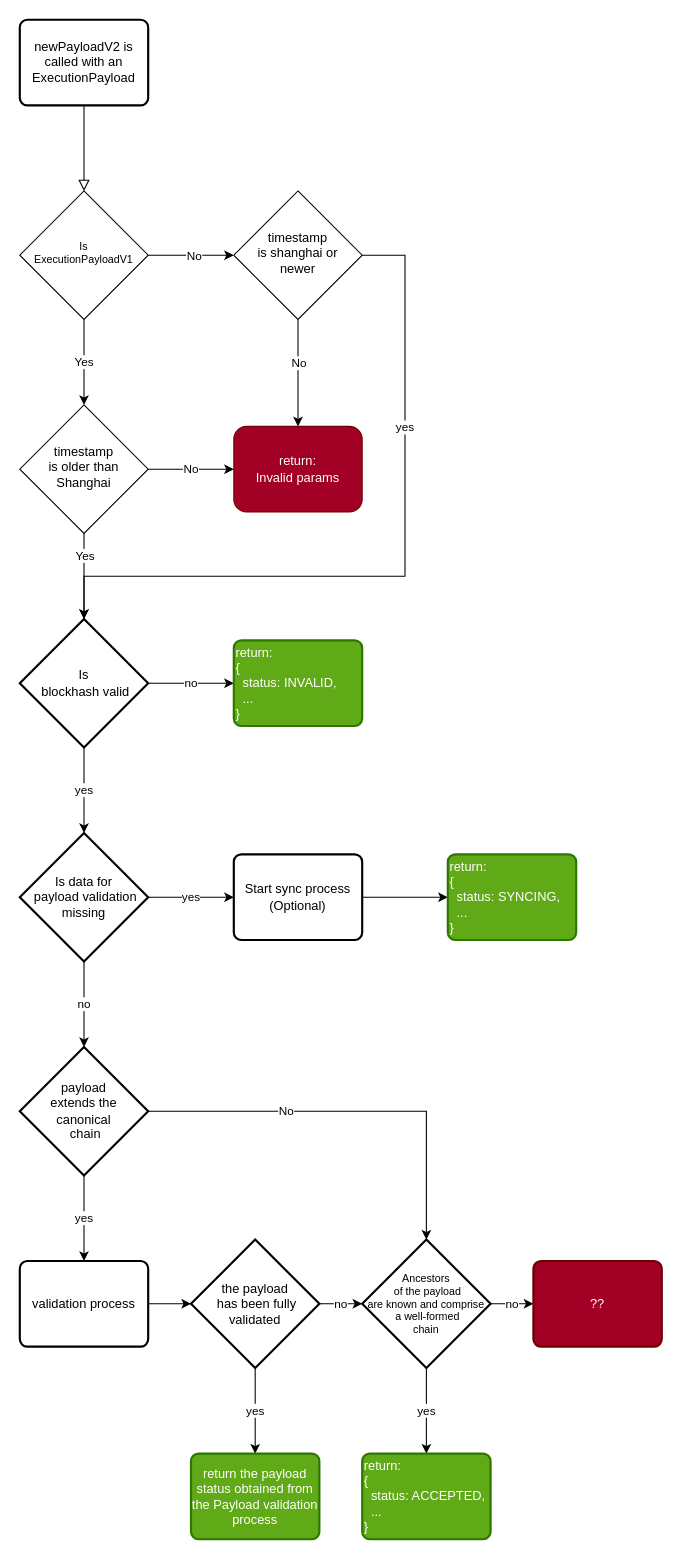
Above: backup/engine-api/newPayloadV2.drawio in danielrachi1/diagrams (draw.io), before the change. Source tidied: cells renumbered, new cells numbered last; positions are measured from the earlier drawing's top-left corner, leaving out a move shared by most shapes. Both pictures are drawn from the tidied source at 107%, with x=0, y=0 at pixel (19, 19).
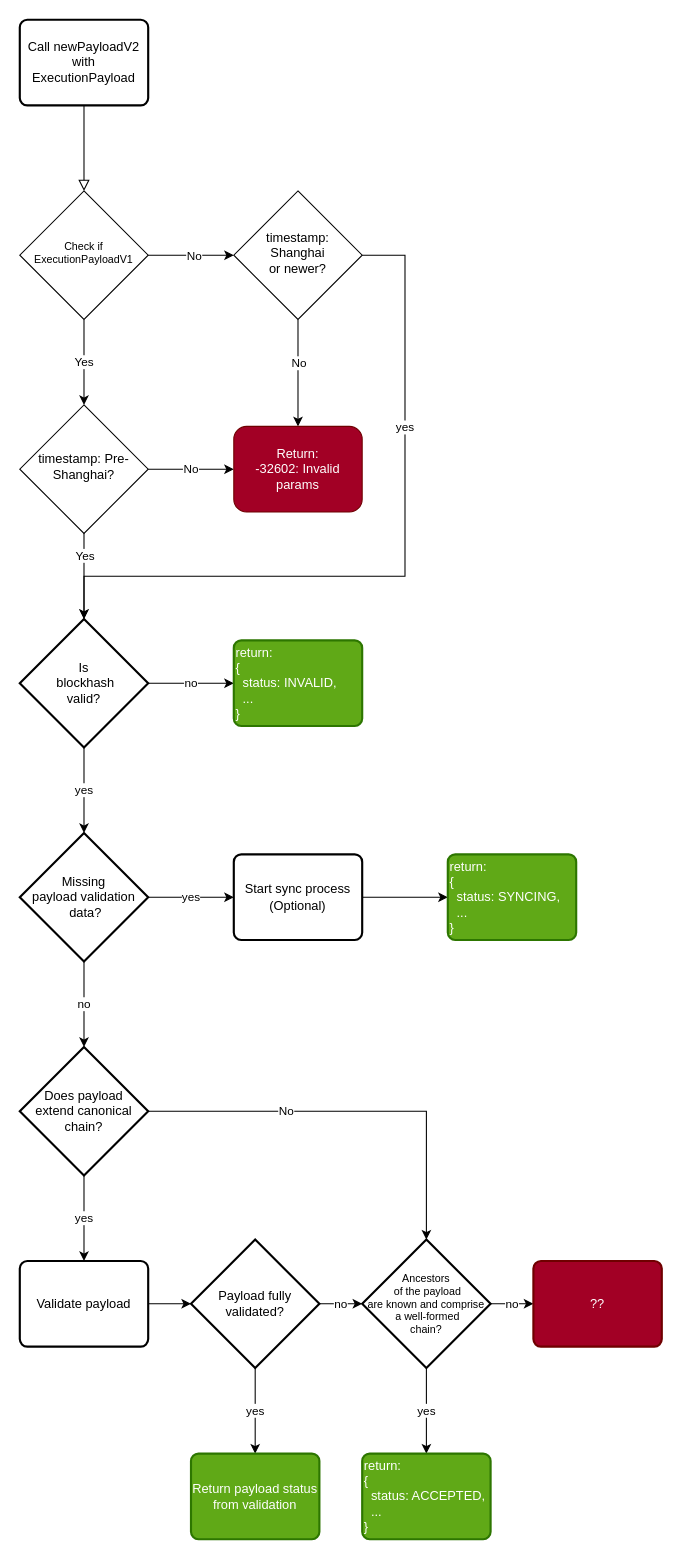
The same page after the edit.

The edit, as a diff of the source:
```diff
@@
-    <mxCell id="6" value="Is &lt;br style=&quot;font-size: 10px;&quot;&gt;ExecutionPayloadV1" style="rhombus;whiteSpace=wrap;html=1;shadow=0;fontFamily=Helvetica;fontSize=10;align=center;strokeWidth=1;spacing=6;spacingTop=-4;verticalAlign=middle;" parent="1" vertex="1">
+    <mxCell id="6" value="Check if ExecutionPayloadV1" style="rhombus;whiteSpace=wrap;html=1;shadow=0;fontFamily=Helvetica;fontSize=10;align=center;strokeWidth=1;spacing=6;spacingTop=-4;verticalAlign=middle;" parent="1" vertex="1">
       <mxGeometry y="160" width="120" height="120" as="geometry" />
     </mxCell>
@@
-    <mxCell id="10" value="timestamp&lt;br style=&quot;font-size: 12px;&quot;&gt;is older than Shanghai" style="rhombus;whiteSpace=wrap;html=1;shadow=0;fontFamily=Helvetica;fontSize=12;align=center;strokeWidth=1;spacing=6;spacingTop=-4;" parent="1" vertex="1">
+    <mxCell id="10" value="timestamp: Pre-Shanghai?" style="rhombus;whiteSpace=wrap;html=1;shadow=0;fontFamily=Helvetica;fontSize=12;align=center;strokeWidth=1;spacing=6;spacingTop=-4;" parent="1" vertex="1">
       <mxGeometry y="360" width="120" height="120" as="geometry" />
     </mxCell>
@@
-    <mxCell id="14" value="timestamp &lt;br style=&quot;font-size: 12px;&quot;&gt;is shanghai or newer" style="rhombus;whiteSpace=wrap;html=1;shadow=0;fontFamily=Helvetica;fontSize=12;align=center;strokeWidth=1;spacing=6;spacingTop=-4;" parent="1" vertex="1">
+    <mxCell id="14" value="timestamp: Shanghai &lt;br&gt;or newer?" style="rhombus;whiteSpace=wrap;html=1;shadow=0;fontFamily=Helvetica;fontSize=12;align=center;strokeWidth=1;spacing=6;spacingTop=-4;" parent="1" vertex="1">
       <mxGeometry x="200" y="160" width="120" height="120" as="geometry" />
     </mxCell>
-    <mxCell id="15" value="return: &lt;br&gt;Invalid params" style="rounded=1;whiteSpace=wrap;html=1;fontSize=12;glass=0;strokeWidth=1;shadow=0;fillColor=#a20025;fontColor=#ffffff;strokeColor=#6F0000;" parent="1" vertex="1">
+    <mxCell id="15" value="Return:&lt;br&gt;-32602: Invalid params" style="rounded=1;whiteSpace=wrap;html=1;fontSize=12;glass=0;strokeWidth=1;shadow=0;fillColor=#a20025;fontColor=#ffffff;strokeColor=#6F0000;" parent="1" vertex="1">
       <mxGeometry x="200" y="380" width="120" height="80" as="geometry" />
     </mxCell>
@@
-    <mxCell id="18" value="Is&lt;br&gt;&amp;nbsp;blockhash valid" style="strokeWidth=2;html=1;shape=mxgraph.flowchart.decision;whiteSpace=wrap;" parent="1" vertex="1">
+    <mxCell id="18" value="Is&lt;br&gt;&amp;nbsp;blockhash&lt;br&gt;valid?" style="strokeWidth=2;html=1;shape=mxgraph.flowchart.decision;whiteSpace=wrap;" parent="1" vertex="1">
       <mxGeometry y="560" width="120" height="120" as="geometry" />
     </mxCell>
@@
-    <mxCell id="22" value="Is data for&lt;br&gt;&amp;nbsp;payload validation missing" style="strokeWidth=2;html=1;shape=mxgraph.flowchart.decision;whiteSpace=wrap;" parent="1" vertex="1">
+    <mxCell id="22" value="Missing &lt;br&gt;payload validation&lt;br&gt;&amp;nbsp;data?" style="strokeWidth=2;html=1;shape=mxgraph.flowchart.decision;whiteSpace=wrap;" parent="1" vertex="1">
       <mxGeometry y="760" width="120" height="120" as="geometry" />
     </mxCell>
@@
-    <mxCell id="26" value="validation process" style="rounded=1;whiteSpace=wrap;html=1;absoluteArcSize=1;arcSize=14;strokeWidth=2;" parent="1" vertex="1">
+    <mxCell id="26" value="Validate payload" style="rounded=1;whiteSpace=wrap;html=1;absoluteArcSize=1;arcSize=14;strokeWidth=2;" parent="1" vertex="1">
       <mxGeometry y="1160" width="120" height="80" as="geometry" />
     </mxCell>
@@
-    <mxCell id="29" value="payload &lt;br&gt;extends the &lt;br&gt;canonical&lt;br&gt;&amp;nbsp;chain" style="strokeWidth=2;html=1;shape=mxgraph.flowchart.decision;whiteSpace=wrap;" parent="1" vertex="1">
+    <mxCell id="29" value="Does payload &lt;br&gt;extend canonical chain?" style="strokeWidth=2;html=1;shape=mxgraph.flowchart.decision;whiteSpace=wrap;" parent="1" vertex="1">
       <mxGeometry y="960" width="120" height="120" as="geometry" />
     </mxCell>
@@
-    <mxCell id="33" value="the payload&lt;br&gt;&amp;nbsp;has been fully validated" style="strokeWidth=2;html=1;shape=mxgraph.flowchart.decision;whiteSpace=wrap;" parent="1" vertex="1">
+    <mxCell id="33" value="Payload fully validated?" style="strokeWidth=2;html=1;shape=mxgraph.flowchart.decision;whiteSpace=wrap;" parent="1" vertex="1">
       <mxGeometry x="160" y="1140" width="120" height="120" as="geometry" />
     </mxCell>
-    <mxCell id="34" value="return the payload status obtained from the Payload validation process" style="rounded=1;whiteSpace=wrap;html=1;absoluteArcSize=1;arcSize=14;strokeWidth=2;fillColor=#60a917;fontColor=#ffffff;strokeColor=#2D7600;" parent="1" vertex="1">
+    <mxCell id="34" value="Return payload status from validation" style="rounded=1;whiteSpace=wrap;html=1;absoluteArcSize=1;arcSize=14;strokeWidth=2;fillColor=#60a917;fontColor=#ffffff;strokeColor=#2D7600;" parent="1" vertex="1">
       <mxGeometry x="160" y="1340" width="120" height="80" as="geometry" />
     </mxCell>
@@
-    <mxCell id="37" value="Ancestors&lt;br style=&quot;font-size: 10px;&quot;&gt;&amp;nbsp;of the payload &lt;br style=&quot;font-size: 10px;&quot;&gt;are known and comprise&lt;br style=&quot;font-size: 10px;&quot;&gt;&amp;nbsp;a well-formed &lt;br style=&quot;font-size: 10px;&quot;&gt;chain" style="strokeWidth=2;html=1;shape=mxgraph.flowchart.decision;whiteSpace=wrap;fontSize=10;" parent="1" vertex="1">
+    <mxCell id="37" value="Ancestors&lt;br style=&quot;font-size: 10px;&quot;&gt;&amp;nbsp;of the payload &lt;br style=&quot;font-size: 10px;&quot;&gt;are known and comprise&lt;br style=&quot;font-size: 10px;&quot;&gt;&amp;nbsp;a well-formed &lt;br style=&quot;font-size: 10px;&quot;&gt;chain?" style="strokeWidth=2;html=1;shape=mxgraph.flowchart.decision;whiteSpace=wrap;fontSize=10;" parent="1" vertex="1">
       <mxGeometry x="320" y="1140" width="120" height="120" as="geometry" />
     </mxCell>
@@
-    <mxCell id="40" value="&lt;span style=&quot;font-family: Helvetica; font-size: 12px; font-style: normal; font-variant-ligatures: normal; font-variant-caps: normal; font-weight: 400; letter-spacing: normal; orphans: 2; text-align: center; text-indent: 0px; text-transform: none; widows: 2; word-spacing: 0px; -webkit-text-stroke-width: 0px; text-decoration-thickness: initial; text-decoration-style: initial; text-decoration-color: initial; float: none; display: inline !important;&quot;&gt;newPayloadV2 is called with an ExecutionPayload&lt;/span&gt;" style="rounded=1;whiteSpace=wrap;html=1;absoluteArcSize=1;arcSize=14;strokeWidth=2;fontColor=default;labelBackgroundColor=none;" parent="1" vertex="1">
+    <mxCell id="40" value="&lt;span style=&quot;font-family: Helvetica; font-size: 12px; font-style: normal; font-variant-ligatures: normal; font-variant-caps: normal; font-weight: 400; letter-spacing: normal; orphans: 2; text-align: center; text-indent: 0px; text-transform: none; widows: 2; word-spacing: 0px; -webkit-text-stroke-width: 0px; text-decoration-thickness: initial; text-decoration-style: initial; text-decoration-color: initial; float: none; display: inline !important;&quot;&gt;Call newPayloadV2 with ExecutionPayload&lt;/span&gt;" style="rounded=1;whiteSpace=wrap;html=1;absoluteArcSize=1;arcSize=14;strokeWidth=2;fontColor=default;labelBackgroundColor=none;" parent="1" vertex="1">
       <mxGeometry width="120" height="80" as="geometry" />
     </mxCell>
```
